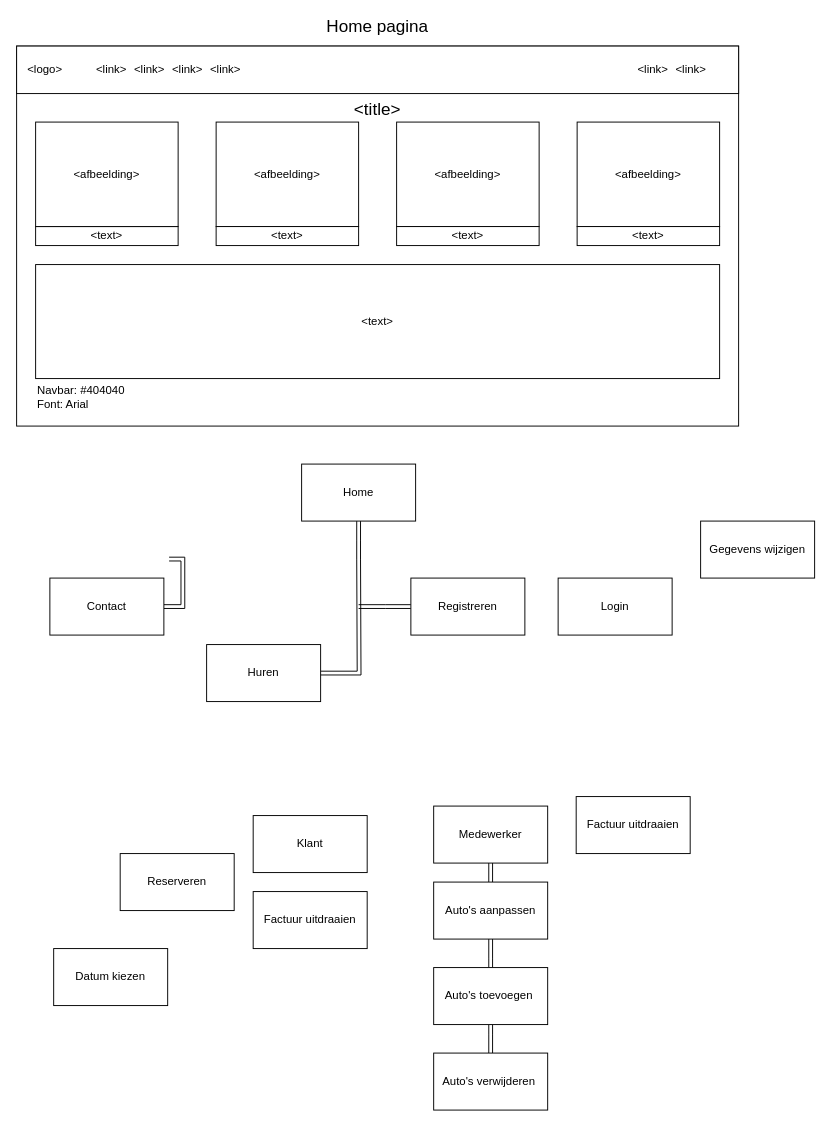
Earlier version of the draw.io diagram Homepage.drawio (Vishay142/rentacar). Source tidied: cells renumbered, new cells numbered last; positions are measured from the earlier drawing's top-left corner, leaving out a move shared by most shapes. Both pictures are drawn from the tidied source at 95%, with x=0, y=0 at pixel (16, 17).
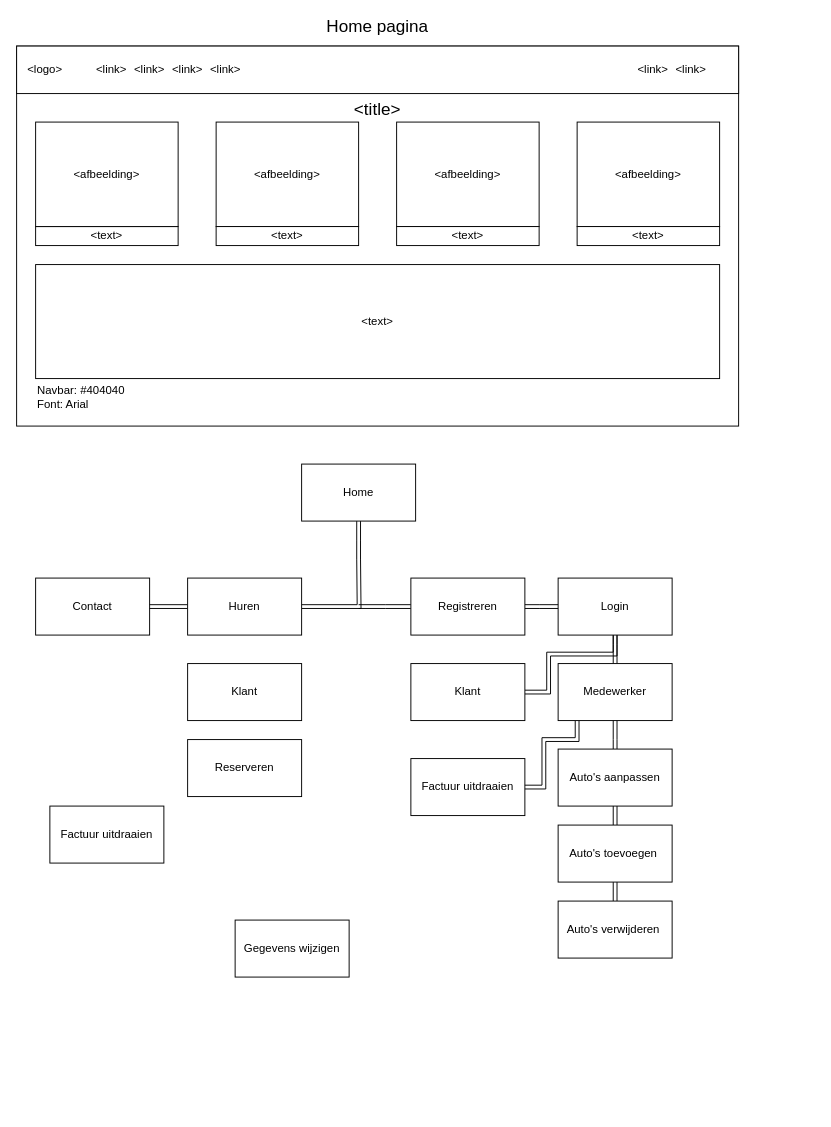
After the change.

The change refers to these unchanged cells:
```xml
<mxCell id="19" value="Login" style="rounded=0;whiteSpace=wrap;html=1;" parent="1" vertex="1">
  <mxGeometry x="570" y="590" width="120" height="60" as="geometry" />
</mxCell>
<mxCell id="37" value="Registreren" style="rounded=0;whiteSpace=wrap;html=1;" parent="1" vertex="1">
  <mxGeometry x="415" y="590" width="120" height="60" as="geometry" />
</mxCell>
```

What changed in the source:
```diff
@@
-    <mxCell id="17" style="edgeStyle=orthogonalEdgeStyle;shape=link;rounded=0;jettySize=auto;html=1;" parent="1" edge="1" source="18">
-      <mxGeometry relative="1" as="geometry">
-        <mxPoint x="160" y="570" as="targetPoint" />
-      </mxGeometry>
-    </mxCell>
     <mxCell id="18" value="Contact" style="rounded=0;whiteSpace=wrap;html=1;" parent="1" vertex="1">
-      <mxGeometry x="35" y="590" width="120" height="60" as="geometry" />
+      <mxGeometry x="20" y="590" width="120" height="60" as="geometry" />
     </mxCell>
+    <mxCell id="45" style="edgeStyle=orthogonalEdgeStyle;shape=link;rounded=0;jettySize=auto;html=1;" parent="1" edge="1" source="19" target="21">
+      <mxGeometry relative="1" as="geometry" />
+    </mxCell>
+    <mxCell id="46" style="edgeStyle=orthogonalEdgeStyle;shape=link;rounded=0;jettySize=auto;html=1;entryX=1;entryY=0.5;entryDx=0;entryDy=0;" parent="1" edge="1" source="19" target="42">
+      <mxGeometry relative="1" as="geometry">
+        <Array as="points">
+          <mxPoint x="630" y="670" />
+          <mxPoint x="560" y="670" />
+          <mxPoint x="560" y="710" />
+        </Array>
+      </mxGeometry>
+    </mxCell>
@@
     <mxCell id="20" value="Factuur uitdraaien" style="rounded=0;whiteSpace=wrap;html=1;" parent="1" vertex="1">
-      <mxGeometry x="249" y="920" width="120" height="60" as="geometry" />
+      <mxGeometry x="415" y="780" width="120" height="60" as="geometry" />
     </mxCell>
+    <mxCell id="47" style="edgeStyle=orthogonalEdgeStyle;shape=link;rounded=0;jettySize=auto;html=1;entryX=1;entryY=0.5;entryDx=0;entryDy=0;" parent="1" edge="1" source="21" target="20">
+      <mxGeometry relative="1" as="geometry">
+        <Array as="points">
+          <mxPoint x="590" y="760" />
+          <mxPoint x="555" y="760" />
+          <mxPoint x="555" y="810" />
+        </Array>
+      </mxGeometry>
+    </mxCell>
     <mxCell id="21" value="Medewerker" style="rounded=0;whiteSpace=wrap;html=1;" parent="1" vertex="1">
-      <mxGeometry x="439" y="830" width="120" height="60" as="geometry" />
+      <mxGeometry x="570" y="680" width="120" height="60" as="geometry" />
     </mxCell>
@@
     <mxCell id="23" value="Auto's aanpassen" style="rounded=0;whiteSpace=wrap;html=1;" parent="1" vertex="1">
-      <mxGeometry x="439" y="910" width="120" height="60" as="geometry" />
+      <mxGeometry x="570" y="770" width="120" height="60" as="geometry" />
     </mxCell>
@@
     <mxCell id="26" value="Auto's toevoegen&amp;nbsp;" style="rounded=0;whiteSpace=wrap;html=1;" parent="1" vertex="1">
-      <mxGeometry x="439" y="1000" width="120" height="60" as="geometry" />
+      <mxGeometry x="570" y="850" width="120" height="60" as="geometry" />
     </mxCell>
@@
     <mxCell id="32" value="Reserveren" style="rounded=0;whiteSpace=wrap;html=1;" parent="1" vertex="1">
-      <mxGeometry x="109" y="880" width="120" height="60" as="geometry" />
+      <mxGeometry x="180" y="760" width="120" height="60" as="geometry" />
     </mxCell>
     <mxCell id="33" value="Auto's verwijderen&amp;nbsp;" style="rounded=0;whiteSpace=wrap;html=1;" parent="1" vertex="1">
-      <mxGeometry x="439" y="1090" width="120" height="60" as="geometry" />
+      <mxGeometry x="570" y="930" width="120" height="60" as="geometry" />
     </mxCell>
@@
+    <mxCell id="48" style="edgeStyle=orthogonalEdgeStyle;shape=link;rounded=0;jettySize=auto;html=1;" parent="1" edge="1" source="35" target="18">
+      <mxGeometry relative="1" as="geometry" />
+    </mxCell>
     <mxCell id="35" value="Huren" style="rounded=0;whiteSpace=wrap;html=1;" parent="1" vertex="1">
-      <mxGeometry x="200" y="660" width="120" height="60" as="geometry" />
+      <mxGeometry x="180" y="590" width="120" height="60" as="geometry" />
     </mxCell>
@@
+    <mxCell id="49" style="edgeStyle=orthogonalEdgeStyle;rounded=0;jettySize=auto;html=1;shape=link;" parent="1" edge="1" source="37" target="19">
+      <mxGeometry relative="1" as="geometry" />
+    </mxCell>
@@
     <mxCell id="38" value="Gegevens wijzigen" style="rounded=0;whiteSpace=wrap;html=1;" parent="1" vertex="1">
-      <mxGeometry x="720" y="530" width="120" height="60" as="geometry" />
+      <mxGeometry x="230" y="950" width="120" height="60" as="geometry" />
     </mxCell>
-    <mxCell id="39" value="Datum kiezen" style="rounded=0;whiteSpace=wrap;html=1;" parent="1" vertex="1">
-      <mxGeometry x="39" y="980" width="120" height="60" as="geometry" />
-    </mxCell>
@@
     <mxCell id="42" value="Klant" style="rounded=0;whiteSpace=wrap;html=1;" parent="1" vertex="1">
-      <mxGeometry x="249" y="840" width="120" height="60" as="geometry" />
+      <mxGeometry x="415" y="680" width="120" height="60" as="geometry" />
     </mxCell>
     <mxCell id="43" value="Factuur uitdraaien" style="rounded=0;whiteSpace=wrap;html=1;" parent="1" vertex="1">
-      <mxGeometry x="589" y="820" width="120" height="60" as="geometry" />
+      <mxGeometry x="35" y="830" width="120" height="60" as="geometry" />
     </mxCell>
@@
+    <mxCell id="50" value="Klant" style="rounded=0;whiteSpace=wrap;html=1;" parent="1" vertex="1">
+      <mxGeometry x="180" y="680" width="120" height="60" as="geometry" />
+    </mxCell>
```
